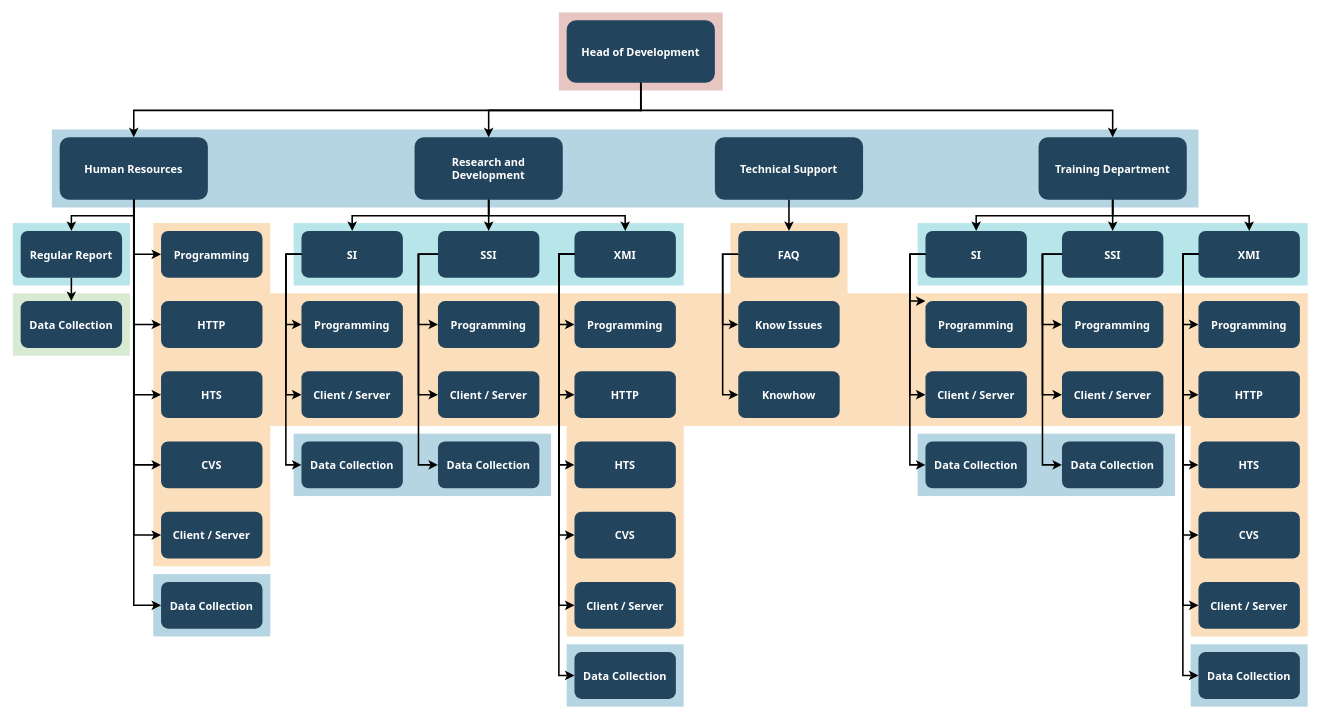
Before: ExampleIAMap.drawio in StineLykkeOlsen/StineLykkeOlsen, a draw.io diagram. Source tidied: cells renumbered, new cells numbered last; positions are measured from the earlier drawing's top-left corner, leaving out a move shared by most shapes. Both pictures are drawn from the tidied source at 78%, with x=0, y=0 at pixel (12, 12).
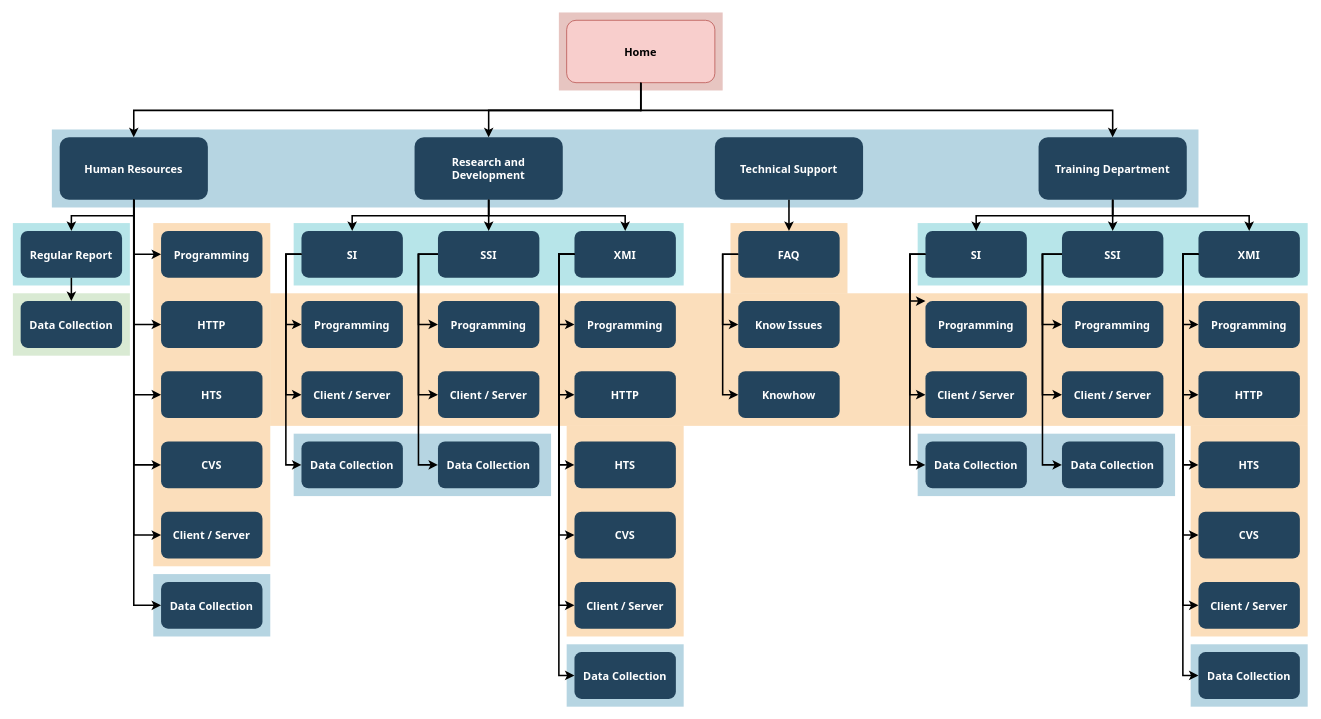
Above is the later version.

Change to the diagram source:
```diff
@@
-    <mxCell id="18" value="Head of Development" style="rounded=1;fillColor=#23445D;gradientColor=none;strokeColor=none;fontColor=#FFFFFF;fontStyle=1;fontFamily=Tahoma;fontSize=14;" parent="1" vertex="1">
+    <mxCell id="18" value="Home" style="rounded=1;fillColor=#f8cecc;strokeColor=#b85450;fontStyle=1;fontFamily=Tahoma;fontSize=14;" parent="1" vertex="1">
       <mxGeometry x="710" y="9.5" width="190" height="80" as="geometry" />
     </mxCell>
```
